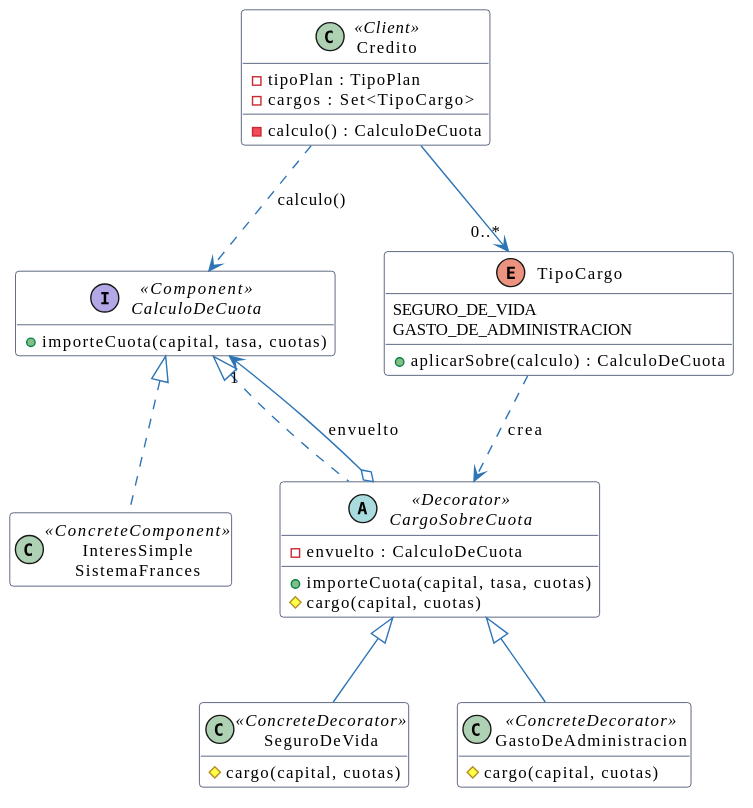
The PlantUML diagram docs/reporte/puml/decorator-despues.svg in andreiveisuade/TPO-ProcesoDesarrolloSoftware-V4, before a commit. Its source is kept beside it as docs/reporte/puml/decorator-despues.puml.
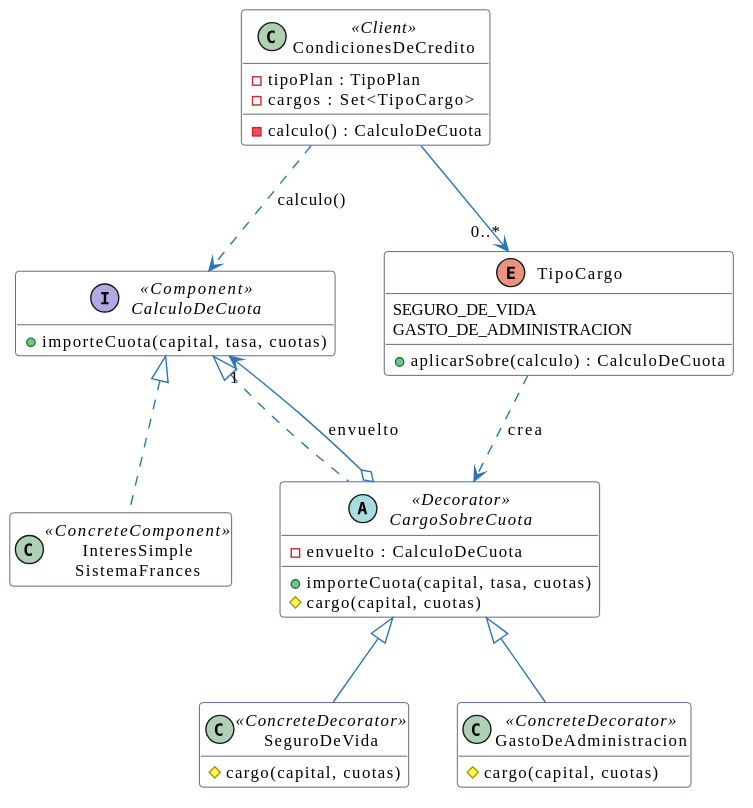
Later version of the same file.

Change to the diagram source:
```diff
@@ -9,7 +9,7 @@
 skinparam NoteBackgroundColor #FFF8E1
 skinparam NoteBorderColor #B38600
 hide empty members
-class Credito <<Client>> {
+class CondicionesDeCredito <<Client>> {
   -tipoPlan : TipoPlan
   -cargos : Set<TipoCargo>
   -calculo() : CalculoDeCuota
@@ -40,6 +40,6 @@
 CargoSobreCuota <|-- SeguroDeVida
 CargoSobreCuota <|-- GastoDeAdministracion
 TipoCargo ..> CargoSobreCuota : crea
-Credito --> "0..*" TipoCargo
-Credito ..> CalculoDeCuota : calculo()
+CondicionesDeCredito --> "0..*" TipoCargo
+CondicionesDeCredito ..> CalculoDeCuota : calculo()
 @enduml
```
